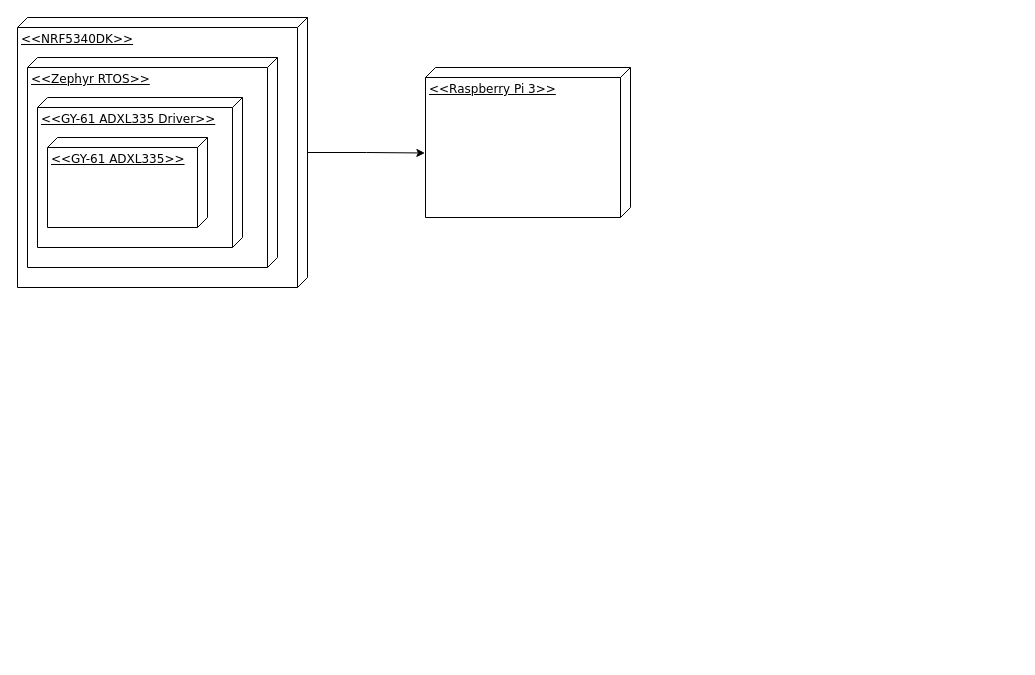
Before: Documents/tl-project-architecture-diagram.drawio in Onsekyl/school-tl-project, a draw.io diagram. Source tidied: cells renumbered, new cells numbered last; positions are measured from the earlier drawing's top-left corner, leaving out a move shared by most shapes. Both pictures are drawn from the tidied source at 100%, with x=0, y=0 at pixel (17, 17).
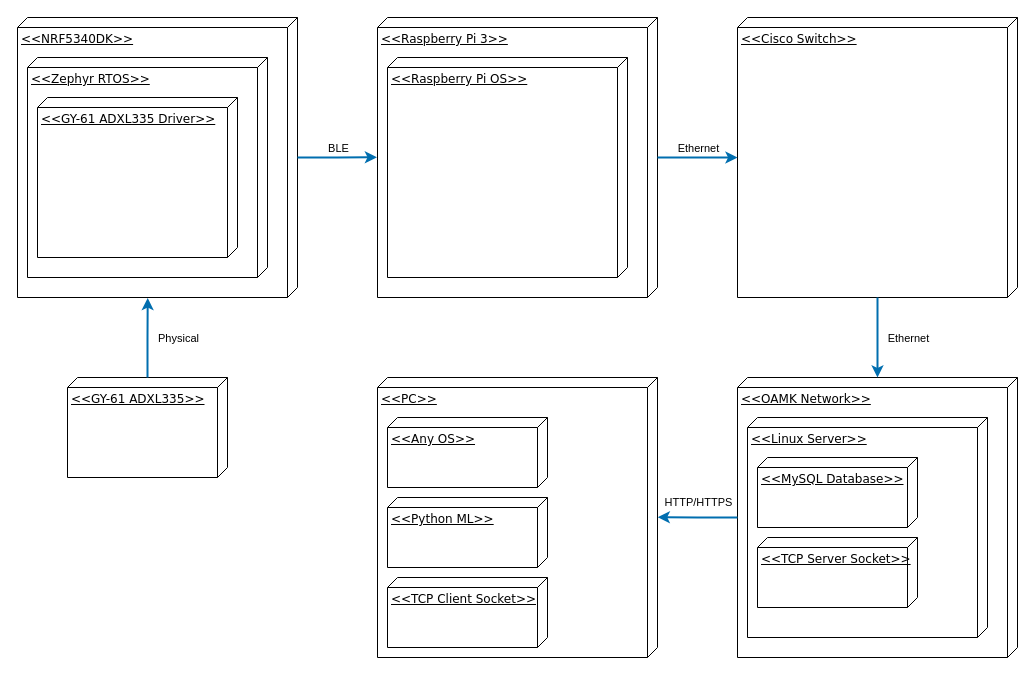
Above is the later version.

Commit message:
First version of the architecture diagram

Change to the diagram source:
```diff
@@
     <mxCell id="2" value="&amp;lt;&amp;lt;NRF5340DK&amp;gt;&amp;gt;" style="verticalAlign=top;align=left;spacingTop=8;spacingLeft=2;spacingRight=12;shape=cube;size=10;direction=south;fontStyle=4;html=1;rounded=0;shadow=0;comic=0;labelBackgroundColor=none;strokeWidth=1;fontFamily=Verdana;fontSize=12;" parent="1" vertex="1">
-      <mxGeometry width="290" height="270" as="geometry" />
+      <mxGeometry width="280" height="280" as="geometry" />
     </mxCell>
     <mxCell id="3" value="&amp;lt;&amp;lt;Zephyr RTOS&amp;gt;&amp;gt;" style="verticalAlign=top;align=left;spacingTop=8;spacingLeft=2;spacingRight=12;shape=cube;size=10;direction=south;fontStyle=4;html=1;rounded=0;shadow=0;comic=0;labelBackgroundColor=none;strokeWidth=1;fontFamily=Verdana;fontSize=12;" parent="1" vertex="1">
-      <mxGeometry x="10" y="40" width="250" height="210" as="geometry" />
+      <mxGeometry x="10" y="40" width="240" height="220" as="geometry" />
     </mxCell>
     <mxCell id="4" value="&amp;lt;&amp;lt;GY-61 ADXL335 Driver&amp;gt;&amp;gt;" style="verticalAlign=top;align=left;spacingTop=8;spacingLeft=2;spacingRight=12;shape=cube;size=10;direction=south;fontStyle=4;html=1;rounded=0;shadow=0;comic=0;labelBackgroundColor=none;strokeWidth=1;fontFamily=Verdana;fontSize=12;" parent="1" vertex="1">
-      <mxGeometry x="20" y="80" width="205" height="150" as="geometry" />
+      <mxGeometry x="20" y="80" width="200" height="160" as="geometry" />
     </mxCell>
     <mxCell id="5" value="&amp;lt;&amp;lt;GY-61 ADXL335&amp;gt;&amp;gt;" style="verticalAlign=top;align=left;spacingTop=8;spacingLeft=2;spacingRight=12;shape=cube;size=10;direction=south;fontStyle=4;html=1;rounded=0;shadow=0;comic=0;labelBackgroundColor=none;strokeWidth=1;fontFamily=Verdana;fontSize=12;" parent="1" vertex="1">
-      <mxGeometry x="30" y="120" width="160" height="90" as="geometry" />
+      <mxGeometry x="50" y="360" width="160" height="100" as="geometry" />
     </mxCell>
     <mxCell id="6" value="&amp;lt;&amp;lt;Raspberry Pi 3&amp;gt;&amp;gt;" style="verticalAlign=top;align=left;spacingTop=8;spacingLeft=2;spacingRight=12;shape=cube;size=10;direction=south;fontStyle=4;html=1;rounded=0;shadow=0;comic=0;labelBackgroundColor=none;strokeWidth=1;fontFamily=Verdana;fontSize=12;" parent="1" vertex="1">
-      <mxGeometry x="408" y="50" width="205" height="150" as="geometry" />
+      <mxGeometry x="360" width="280" height="280" as="geometry" />
     </mxCell>
+    <mxCell id="8" value="&amp;lt;&amp;lt;Cisco Switch&amp;gt;&amp;gt;" style="verticalAlign=top;align=left;spacingTop=8;spacingLeft=2;spacingRight=12;shape=cube;size=10;direction=south;fontStyle=4;html=1;rounded=0;shadow=0;comic=0;labelBackgroundColor=none;strokeWidth=1;fontFamily=Verdana;fontSize=12;" parent="1" vertex="1">
+      <mxGeometry x="720" width="280" height="280" as="geometry" />
+    </mxCell>
+    <mxCell id="9" value="&amp;lt;&amp;lt;OAMK Network&amp;gt;&amp;gt;" style="verticalAlign=top;align=left;spacingTop=8;spacingLeft=2;spacingRight=12;shape=cube;size=10;direction=south;fontStyle=4;html=1;rounded=0;shadow=0;comic=0;labelBackgroundColor=none;strokeWidth=1;fontFamily=Verdana;fontSize=12;" parent="1" vertex="1">
+      <mxGeometry x="720" y="360" width="280" height="280" as="geometry" />
+    </mxCell>
+    <mxCell id="10" value="&amp;lt;&amp;lt;PC&amp;gt;&amp;gt;" style="verticalAlign=top;align=left;spacingTop=8;spacingLeft=2;spacingRight=12;shape=cube;size=10;direction=south;fontStyle=4;html=1;rounded=0;shadow=0;comic=0;labelBackgroundColor=none;strokeWidth=1;fontFamily=Verdana;fontSize=12;" parent="1" vertex="1">
+      <mxGeometry x="360" y="360" width="280" height="280" as="geometry" />
+    </mxCell>
+    <mxCell id="11" value="&amp;lt;&amp;lt;Raspberry Pi OS&amp;gt;&amp;gt;" style="verticalAlign=top;align=left;spacingTop=8;spacingLeft=2;spacingRight=12;shape=cube;size=10;direction=south;fontStyle=4;html=1;rounded=0;shadow=0;comic=0;labelBackgroundColor=none;strokeWidth=1;fontFamily=Verdana;fontSize=12;" parent="1" vertex="1">
+      <mxGeometry x="370" y="40" width="240" height="220" as="geometry" />
+    </mxCell>
+    <mxCell id="12" value="&amp;lt;&amp;lt;Linux Server&amp;gt;&amp;gt;" style="verticalAlign=top;align=left;spacingTop=8;spacingLeft=2;spacingRight=12;shape=cube;size=10;direction=south;fontStyle=4;html=1;rounded=0;shadow=0;comic=0;labelBackgroundColor=none;strokeWidth=1;fontFamily=Verdana;fontSize=12;" parent="1" vertex="1">
+      <mxGeometry x="730" y="400" width="240" height="220" as="geometry" />
+    </mxCell>
+    <mxCell id="13" value="&amp;lt;&amp;lt;MySQL Database&amp;gt;&amp;gt;" style="verticalAlign=top;align=left;spacingTop=8;spacingLeft=2;spacingRight=12;shape=cube;size=10;direction=south;fontStyle=4;html=1;rounded=0;shadow=0;comic=0;labelBackgroundColor=none;strokeWidth=1;fontFamily=Verdana;fontSize=12;" parent="1" vertex="1">
+      <mxGeometry x="740" y="440" width="160" height="70" as="geometry" />
+    </mxCell>
+    <mxCell id="14" value="&amp;lt;&amp;lt;TCP Server Socket&amp;gt;&amp;gt;" style="verticalAlign=top;align=left;spacingTop=8;spacingLeft=2;spacingRight=12;shape=cube;size=10;direction=south;fontStyle=4;html=1;rounded=0;shadow=0;comic=0;labelBackgroundColor=none;strokeWidth=1;fontFamily=Verdana;fontSize=12;" parent="1" vertex="1">
+      <mxGeometry x="740" y="520" width="160" height="70" as="geometry" />
+    </mxCell>
+    <mxCell id="15" style="edgeStyle=orthogonalEdgeStyle;rounded=0;jettySize=auto;html=1;defaultLabelBackgroundColor=page;strokeWidth=2;fillColor=#1ba1e2;strokeColor=#006EAF;entryX=1.002;entryY=0.535;entryDx=0;entryDy=0;entryPerimeter=0;" parent="1" edge="1" source="5" target="2">
+      <mxGeometry relative="1" as="geometry" />
+    </mxCell>
+    <mxCell id="16" value="Physical" style="edgeLabel;html=1;align=center;verticalAlign=middle;inheritText=1;defaultLabelBackgroundColor=page;" parent="15" vertex="1">
+      <mxGeometry x="-0.47" y="-3" relative="1" as="geometry">
+        <mxPoint x="27" y="-19" as="offset" />
+      </mxGeometry>
+    </mxCell>
+    <mxCell id="17" style="edgeStyle=orthogonalEdgeStyle;rounded=0;jettySize=auto;html=1;entryX=0;entryY=0.5;entryDx=0;entryDy=0;entryPerimeter=0;defaultLabelBackgroundColor=page;endArrow=classic;strokeColor=#006EAF;strokeWidth=2;align=center;verticalAlign=middle;fontFamily=Helvetica;fontSize=11;fontColor=default;labelBackgroundColor=default;fillColor=#1ba1e2;" parent="1" edge="1" source="8" target="9">
+      <mxGeometry relative="1" as="geometry" />
+    </mxCell>
+    <mxCell id="18" value="Ethernet" style="edgeLabel;html=1;align=center;verticalAlign=middle;inheritText=1;defaultLabelBackgroundColor=page;" parent="17" vertex="1">
+      <mxGeometry x="-0.15" relative="1" as="geometry">
+        <mxPoint x="30" y="6" as="offset" />
+      </mxGeometry>
+    </mxCell>
+    <mxCell id="19" style="edgeStyle=orthogonalEdgeStyle;rounded=0;jettySize=auto;html=1;entryX=0.5;entryY=1;entryDx=0;entryDy=0;entryPerimeter=0;defaultLabelBackgroundColor=page;strokeColor=#006EAF;strokeWidth=2;align=center;verticalAlign=middle;fontFamily=Helvetica;fontSize=11;fontColor=default;labelBackgroundColor=default;endArrow=classic;fillColor=#1ba1e2;" parent="1" edge="1" source="6" target="8">
+      <mxGeometry relative="1" as="geometry" />
+    </mxCell>
+    <mxCell id="20" value="Ethernet" style="edgeLabel;html=1;align=center;verticalAlign=middle;inheritText=1;defaultLabelBackgroundColor=page;" parent="19" vertex="1">
+      <mxGeometry x="-0.1" y="-2" relative="1" as="geometry">
+        <mxPoint x="4" y="-12" as="offset" />
+      </mxGeometry>
+    </mxCell>
-    <mxCell id="7" style="edgeStyle=orthogonalEdgeStyle;rounded=0;jettySize=auto;html=1;entryX=0.57;entryY=1.003;entryDx=0;entryDy=0;entryPerimeter=0;defaultLabelBackgroundColor=page;shadow=0;" parent="1" edge="1" source="2" target="6">
+    <mxCell id="7" style="edgeStyle=orthogonalEdgeStyle;rounded=0;jettySize=auto;html=1;entryX=0.499;entryY=1.002;entryDx=0;entryDy=0;entryPerimeter=0;defaultLabelBackgroundColor=page;strokeColor=#006EAF;strokeWidth=2;align=center;verticalAlign=middle;fontFamily=Helvetica;fontSize=11;fontColor=default;labelBackgroundColor=default;endArrow=classic;fillColor=#1ba1e2;" parent="1" edge="1" source="2" target="6">
       <mxGeometry relative="1" as="geometry" />
     </mxCell>
+    <mxCell id="21" value="BLE" style="edgeLabel;html=1;align=center;verticalAlign=middle;inheritText=1;defaultLabelBackgroundColor=page;" parent="7" vertex="1">
+      <mxGeometry x="-0.33" y="-2" relative="1" as="geometry">
+        <mxPoint x="13" y="-12" as="offset" />
+      </mxGeometry>
+    </mxCell>
+    <mxCell id="22" value="&amp;lt;&amp;lt;TCP Client Socket&amp;gt;&amp;gt;" style="verticalAlign=top;align=left;spacingTop=8;spacingLeft=2;spacingRight=12;shape=cube;size=10;direction=south;fontStyle=4;html=1;rounded=0;shadow=0;comic=0;labelBackgroundColor=none;strokeWidth=1;fontFamily=Verdana;fontSize=12;" parent="1" vertex="1">
+      <mxGeometry x="370" y="560" width="160" height="70" as="geometry" />
+    </mxCell>
+    <mxCell id="23" value="&amp;lt;&amp;lt;Python ML&amp;gt;&amp;gt;" style="verticalAlign=top;align=left;spacingTop=8;spacingLeft=2;spacingRight=12;shape=cube;size=10;direction=south;fontStyle=4;html=1;rounded=0;shadow=0;comic=0;labelBackgroundColor=none;strokeWidth=1;fontFamily=Verdana;fontSize=12;" parent="1" vertex="1">
+      <mxGeometry x="370" y="480" width="160" height="70" as="geometry" />
+    </mxCell>
+    <mxCell id="24" style="edgeStyle=orthogonalEdgeStyle;shape=connector;rounded=0;jettySize=auto;html=1;entryX=0.499;entryY=-0.001;entryDx=0;entryDy=0;entryPerimeter=0;strokeColor=#006EAF;strokeWidth=2;align=center;verticalAlign=middle;fontFamily=Helvetica;fontSize=11;fontColor=default;labelBackgroundColor=default;defaultLabelBackgroundColor=page;endArrow=classic;fillColor=#1ba1e2;" parent="1" edge="1" source="9" target="10">
+      <mxGeometry relative="1" as="geometry" />
+    </mxCell>
+    <mxCell id="25" value="HTTP/HTTPS" style="edgeLabel;html=1;align=center;verticalAlign=middle;inheritText=1;defaultLabelBackgroundColor=page;" parent="24" vertex="1">
+      <mxGeometry x="0.22" y="2" relative="1" as="geometry">
+        <mxPoint x="9" y="-17" as="offset" />
+      </mxGeometry>
+    </mxCell>
+    <mxCell id="26" value="&amp;lt;&amp;lt;Any OS&amp;gt;&amp;gt;" style="verticalAlign=top;align=left;spacingTop=8;spacingLeft=2;spacingRight=12;shape=cube;size=10;direction=south;fontStyle=4;html=1;rounded=0;shadow=0;comic=0;labelBackgroundColor=none;strokeWidth=1;fontFamily=Verdana;fontSize=12;" parent="1" vertex="1">
+      <mxGeometry x="370" y="400" width="160" height="70" as="geometry" />
+    </mxCell>
```
